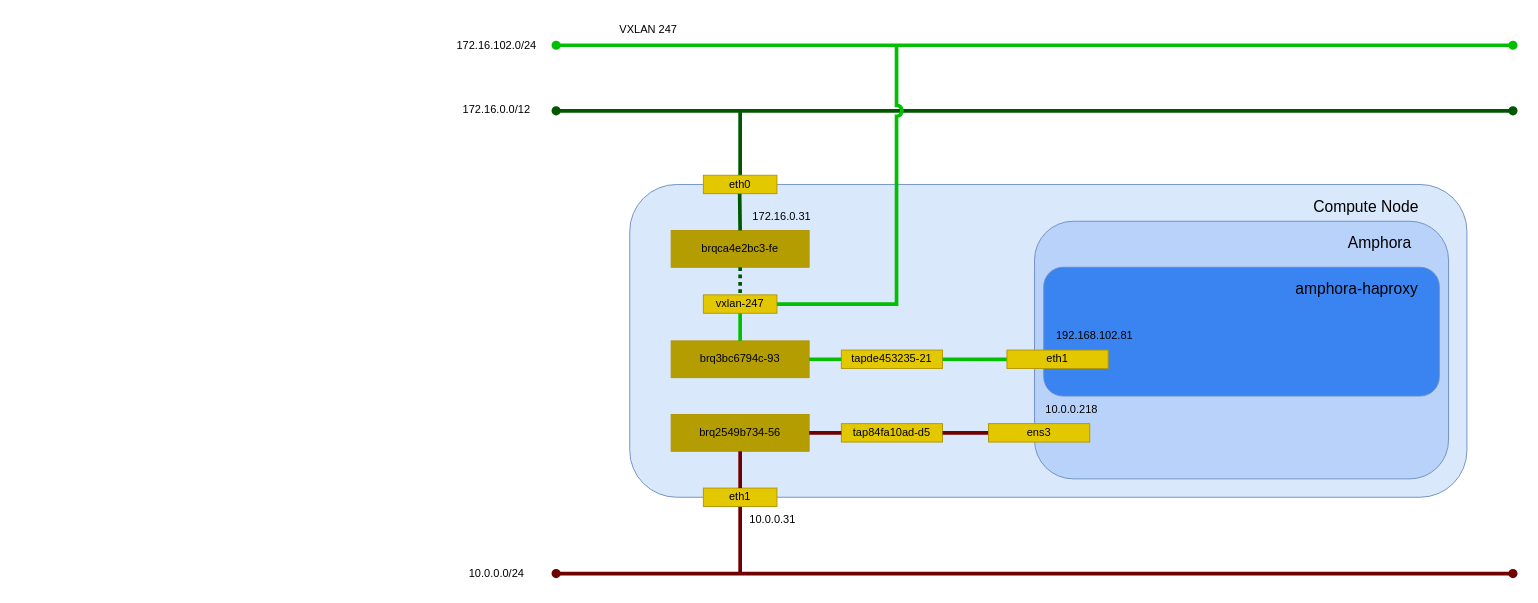
Before: _static/image/network_vxlan_lb_linuxbridge.drawio in 9506hqwy/openstack_study_notes, a draw.io diagram. Source tidied: cells renumbered, new cells numbered last; positions are measured from the earlier drawing's top-left corner, leaving out a move shared by most shapes. Both pictures are drawn from the tidied source at 92%, with x=0, y=0 at pixel (445, 16).
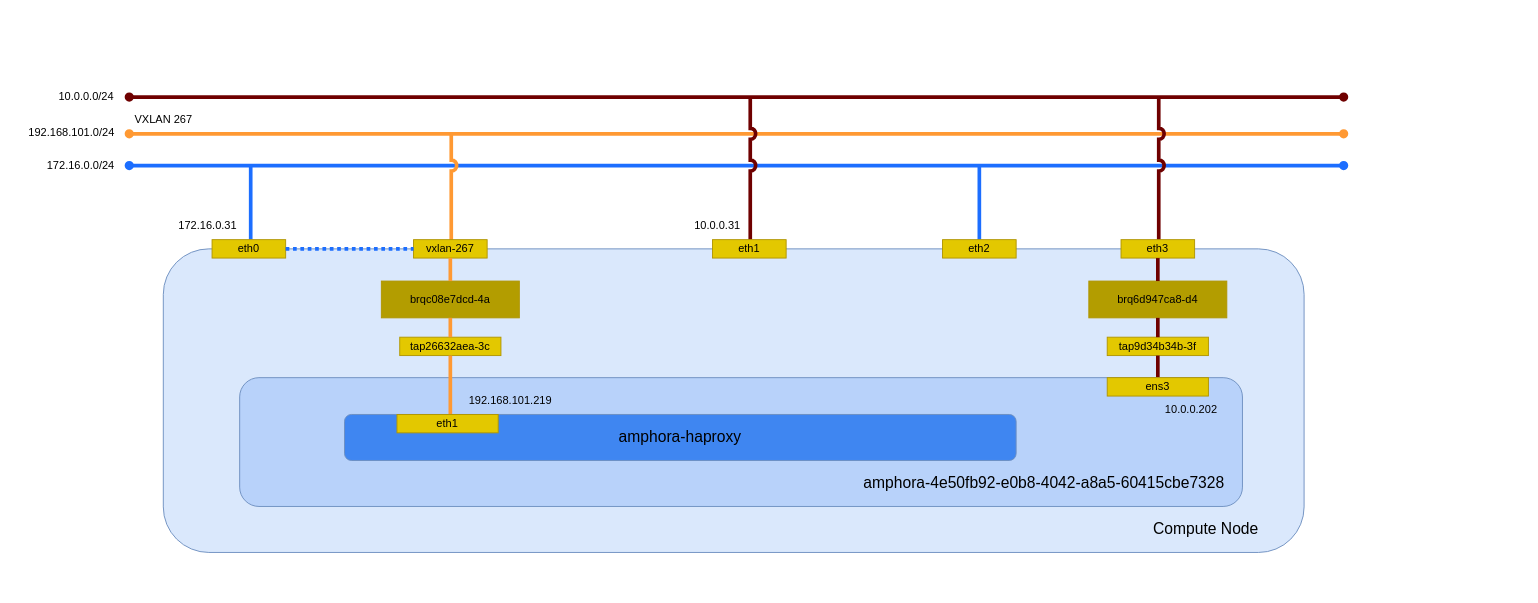
The same page after the edit.

Change to the diagram source:
```diff
@@
-    <mxCell id="2" style="endArrow=oval;html=1;rounded=0;startArrow=oval;startFill=1;endFill=1;strokeWidth=4;fillColor=#a20025;strokeColor=#6F0000;" parent="1" edge="1">
-      <mxGeometry relative="1" as="geometry">
-        <mxPoint x="120" y="606" as="sourcePoint" />
-        <mxPoint x="1160" y="606" as="targetPoint" />
-      </mxGeometry>
-    </mxCell>
-    <mxCell id="3" style="endArrow=oval;html=1;rounded=0;startArrow=oval;startFill=1;endFill=1;strokeWidth=4;fillColor=#008a00;strokeColor=#005700;" parent="1" edge="1">
-      <mxGeometry relative="1" as="geometry">
-        <mxPoint x="120" y="103" as="sourcePoint" />
-        <mxPoint x="1160" y="103" as="targetPoint" />
-      </mxGeometry>
-    </mxCell>
-    <mxCell id="4" value="172.16.0.0/12" style="text;html=1;align=center;verticalAlign=middle;strokeColor=none;fillColor=none;" parent="1" vertex="1">
-      <mxGeometry x="5" y="87" width="100" height="30" as="geometry" />
-    </mxCell>
+    <mxCell id="43" style="endArrow=oval;html=1;rounded=0;startArrow=oval;startFill=1;endFill=1;strokeWidth=4;fillColor=#a20025;strokeColor=#6F0000;" parent="1" edge="1">
+      <mxGeometry relative="1" as="geometry">
+        <mxPoint x="-344" y="88" as="sourcePoint" />
+        <mxPoint x="976" y="88" as="targetPoint" />
+      </mxGeometry>
+    </mxCell>
     <mxCell id="5" value="10.0.0.0/24" style="text;html=1;align=center;verticalAlign=middle;strokeColor=none;fillColor=none;" parent="1" vertex="1">
-      <mxGeometry x="15" y="591" width="80" height="30" as="geometry" />
+      <mxGeometry x="-431" y="73" width="80" height="30" as="geometry" />
     </mxCell>
-    <mxCell id="6" style="endArrow=none;html=1;rounded=0;startArrow=none;startFill=0;endFill=0;strokeWidth=4;fillColor=#008a00;strokeColor=#005700;exitX=0.5;exitY=1;exitDx=0;exitDy=0;" parent="1" edge="1">
-      <mxGeometry relative="1" as="geometry">
-        <mxPoint x="320" y="103" as="sourcePoint" />
-        <mxPoint x="320" y="183" as="targetPoint" />
-      </mxGeometry>
-    </mxCell>
-    <mxCell id="7" style="endArrow=none;html=1;rounded=0;startArrow=none;startFill=0;endFill=0;strokeWidth=4;fillColor=#a20025;strokeColor=#6F0000;exitX=0.5;exitY=1;exitDx=0;exitDy=0;" parent="1" edge="1">
-      <mxGeometry relative="1" as="geometry">
-        <mxPoint x="320" y="526" as="sourcePoint" />
-        <mxPoint x="320" y="606" as="targetPoint" />
-      </mxGeometry>
-    </mxCell>
-    <mxCell id="8" style="endArrow=oval;html=1;rounded=0;startArrow=oval;startFill=1;endFill=1;strokeWidth=4;fillColor=#008a00;strokeColor=#02BF02;" parent="1" edge="1">
-      <mxGeometry relative="1" as="geometry">
-        <mxPoint x="120" y="31.7" as="sourcePoint" />
-        <mxPoint x="1160" y="31.7" as="targetPoint" />
-      </mxGeometry>
-    </mxCell>
-    <mxCell id="9" value="172.16.102.0/24" style="text;html=1;align=center;verticalAlign=middle;strokeColor=none;fillColor=none;" parent="1" vertex="1">
-      <mxGeometry y="17" width="110" height="30" as="geometry" />
-    </mxCell>
-    <mxCell id="10" value="VXLAN 247" style="text;html=1;align=center;verticalAlign=middle;strokeColor=none;fillColor=none;" parent="1" vertex="1">
-      <mxGeometry x="180" width="80" height="30" as="geometry" />
-    </mxCell>
+    <mxCell id="44" style="endArrow=oval;html=1;rounded=0;startArrow=oval;startFill=1;endFill=1;strokeWidth=4;fillColor=#a20025;strokeColor=#1C6EFF;" parent="1" edge="1">
+      <mxGeometry relative="1" as="geometry">
+        <mxPoint x="-344" y="162.5" as="sourcePoint" />
+        <mxPoint x="976" y="162.5" as="targetPoint" />
+      </mxGeometry>
+    </mxCell>
+    <mxCell id="45" value="172.16.0.0/24" style="text;html=1;align=center;verticalAlign=middle;strokeColor=none;fillColor=none;" parent="1" vertex="1">
+      <mxGeometry x="-447" y="148" width="100" height="30" as="geometry" />
+    </mxCell>
+    <mxCell id="46" style="endArrow=none;html=1;rounded=0;startArrow=none;startFill=0;endFill=0;strokeWidth=4;fillColor=#a20025;strokeColor=#1C6EFF;jumpStyle=arc;" parent="1" edge="1">
+      <mxGeometry relative="1" as="geometry">
+        <mxPoint x="-212" y="163" as="sourcePoint" />
+        <mxPoint x="-212" y="243" as="targetPoint" />
+      </mxGeometry>
+    </mxCell>
+    <mxCell id="47" style="endArrow=none;html=1;rounded=0;startArrow=none;startFill=0;endFill=0;strokeWidth=4;fillColor=#a20025;strokeColor=#1C6EFF;jumpStyle=arc;" parent="1" edge="1">
+      <mxGeometry relative="1" as="geometry">
+        <mxPoint x="580" y="163" as="sourcePoint" />
+        <mxPoint x="580" y="243" as="targetPoint" />
+      </mxGeometry>
+    </mxCell>
+    <mxCell id="48" style="endArrow=oval;html=1;rounded=0;startArrow=oval;startFill=1;endFill=1;strokeWidth=4;fillColor=#a20025;strokeColor=#FF9933;" parent="1" edge="1">
+      <mxGeometry relative="1" as="geometry">
+        <mxPoint x="-344" y="128" as="sourcePoint" />
+        <mxPoint x="976" y="128" as="targetPoint" />
+      </mxGeometry>
+    </mxCell>
+    <mxCell id="49" value="192.168.101.0/24" style="text;html=1;align=center;verticalAlign=middle;strokeColor=none;fillColor=none;" parent="1" vertex="1">
+      <mxGeometry x="-467" y="112" width="120" height="30" as="geometry" />
+    </mxCell>
+    <mxCell id="50" style="endArrow=none;html=1;rounded=0;startArrow=none;startFill=0;endFill=0;strokeWidth=4;fillColor=#a20025;strokeColor=#FF9933;jumpStyle=arc;" parent="1" edge="1">
+      <mxGeometry relative="1" as="geometry">
+        <mxPoint x="6" y="126" as="sourcePoint" />
+        <mxPoint x="6" y="256" as="targetPoint" />
+      </mxGeometry>
+    </mxCell>
+    <mxCell id="51" value="VXLAN 267" style="text;html=1;align=center;verticalAlign=middle;strokeColor=none;fillColor=none;" parent="1" vertex="1">
+      <mxGeometry x="-347" y="98" width="80" height="30" as="geometry" />
+    </mxCell>
+    <mxCell id="52" style="endArrow=none;html=1;rounded=0;startArrow=none;startFill=0;endFill=0;strokeWidth=4;fillColor=#a20025;strokeColor=#6F0000;jumpStyle=arc;" parent="1" edge="1">
+      <mxGeometry relative="1" as="geometry">
+        <mxPoint x="775" y="89" as="sourcePoint" />
+        <mxPoint x="775" y="243" as="targetPoint" />
+      </mxGeometry>
+    </mxCell>
+    <mxCell id="53" style="endArrow=none;html=1;rounded=0;startArrow=none;startFill=0;endFill=0;strokeWidth=4;fillColor=#a20025;strokeColor=#6F0000;jumpStyle=arc;" parent="1" edge="1">
+      <mxGeometry relative="1" as="geometry">
+        <mxPoint x="331" y="87" as="sourcePoint" />
+        <mxPoint x="331" y="243" as="targetPoint" />
+      </mxGeometry>
+    </mxCell>
@@
-    <mxCell id="12" style="rounded=1;whiteSpace=wrap;html=1;fillColor=#dae8fc;strokeColor=#6c8ebf;align=center;horizontal=1;" parent="11" vertex="1">
-      <mxGeometry x="200" y="183" width="910" height="340" as="geometry" />
-    </mxCell>
-    <mxCell id="13" value="eth1" style="rounded=0;whiteSpace=wrap;html=1;fillColor=#e3c800;fontColor=#000000;strokeColor=#B09500;" parent="11" vertex="1">
-      <mxGeometry x="280" y="513" width="80" height="20" as="geometry" />
-    </mxCell>
-    <mxCell id="14" value="vxlan-247" style="rounded=0;whiteSpace=wrap;html=1;fillColor=#e3c800;fontColor=#000000;strokeColor=#B09500;" parent="11" vertex="1">
-      <mxGeometry x="280" y="303" width="80" height="20" as="geometry" />
-    </mxCell>
+    <mxCell id="54" style="rounded=1;whiteSpace=wrap;html=1;fillColor=#dae8fc;strokeColor=#6c8ebf;" parent="11" vertex="1">
+      <mxGeometry x="-307" y="253" width="1240" height="330" as="geometry" />
+    </mxCell>
+    <mxCell id="55" value="eth1" style="rounded=0;whiteSpace=wrap;html=1;fillColor=#e3c800;fontColor=#000000;strokeColor=#B09500;" parent="11" vertex="1">
+      <mxGeometry x="290" y="243" width="80" height="20" as="geometry" />
+    </mxCell>
+    <mxCell id="21" value="eth0" style="rounded=0;whiteSpace=wrap;html=1;fillColor=#e3c800;fontColor=#000000;strokeColor=#B09500;" parent="11" vertex="1">
+      <mxGeometry x="-254" y="243" width="80" height="20" as="geometry" />
+    </mxCell>
+    <mxCell id="26" value="172.16.0.31" style="text;html=1;align=center;verticalAlign=middle;strokeColor=none;fillColor=none;" parent="11" vertex="1">
+      <mxGeometry x="-304" y="213" width="90" height="30" as="geometry" />
+    </mxCell>
+    <mxCell id="56" value="vxlan-267" style="rounded=0;whiteSpace=wrap;html=1;fillColor=#e3c800;fontColor=#000000;strokeColor=#B09500;" parent="11" vertex="1">
+      <mxGeometry x="-35" y="243" width="80" height="20" as="geometry" />
+    </mxCell>
+    <mxCell id="57" value="&lt;div&gt;eth3&lt;/div&gt;" style="rounded=0;whiteSpace=wrap;html=1;fillColor=#e3c800;fontColor=#000000;strokeColor=#B09500;" parent="11" vertex="1">
+      <mxGeometry x="734" y="243" width="80" height="20" as="geometry" />
+    </mxCell>
     <mxCell id="15" value="10.0.0.31" style="text;html=1;align=center;verticalAlign=middle;strokeColor=none;fillColor=none;" parent="11" vertex="1">
-      <mxGeometry x="320" y="533" width="70" height="30" as="geometry" />
+      <mxGeometry x="260" y="213" width="70" height="30" as="geometry" />
     </mxCell>
     <mxCell id="16" value="&lt;font style=&quot;font-size: 17px;&quot;&gt;Compute Node&lt;/font&gt;" style="text;html=1;align=center;verticalAlign=middle;strokeColor=none;fillColor=none;" parent="11" vertex="1">
-      <mxGeometry x="930" y="193" width="140" height="30" as="geometry" />
+      <mxGeometry x="756" y="543" width="140" height="30" as="geometry" />
     </mxCell>
-    <mxCell id="17" value="brq3bc6794c-93" style="rounded=0;whiteSpace=wrap;html=1;fillColor=#B39D00;fontColor=#000000;strokeColor=#B09500;" parent="11" vertex="1">
-      <mxGeometry x="245" y="353" width="150" height="40" as="geometry" />
-    </mxCell>
-    <mxCell id="18" style="endArrow=none;html=1;rounded=0;startArrow=none;startFill=0;endFill=0;strokeWidth=4;fillColor=#008a00;strokeColor=#02BF02;entryX=0.5;entryY=0;entryDx=0;entryDy=0;" parent="11" edge="1" target="17">
-      <mxGeometry relative="1" as="geometry">
-        <mxPoint x="320" y="323" as="sourcePoint" />
-      </mxGeometry>
-    </mxCell>
-    <mxCell id="19" value="tapde453235-21" style="rounded=0;whiteSpace=wrap;html=1;fillColor=#e3c800;fontColor=#000000;strokeColor=#B09500;" parent="11" vertex="1">
-      <mxGeometry x="430" y="363" width="110" height="20" as="geometry" />
-    </mxCell>
-    <mxCell id="20" style="endArrow=none;html=1;rounded=0;startArrow=none;startFill=0;endFill=0;strokeWidth=4;fillColor=#008a00;strokeColor=#02BF02;exitX=1;exitY=0.5;exitDx=0;exitDy=0;entryX=0;entryY=0.5;entryDx=0;entryDy=0;" parent="11" edge="1" source="17" target="19">
-      <mxGeometry relative="1" as="geometry" />
-    </mxCell>
-    <mxCell id="21" value="eth0" style="rounded=0;whiteSpace=wrap;html=1;fillColor=#e3c800;fontColor=#000000;strokeColor=#B09500;" parent="11" vertex="1">
-      <mxGeometry x="280" y="173" width="80" height="20" as="geometry" />
-    </mxCell>
-    <mxCell id="22" value="brqca4e2bc3-fe" style="rounded=0;whiteSpace=wrap;html=1;fillColor=#B39D00;fontColor=#000000;strokeColor=#B09500;" parent="11" vertex="1">
-      <mxGeometry x="245" y="233" width="150" height="40" as="geometry" />
-    </mxCell>
-    <mxCell id="23" style="endArrow=none;html=1;rounded=0;startArrow=none;startFill=0;endFill=0;strokeWidth=4;fillColor=#008a00;strokeColor=#005700;" parent="11" edge="1">
-      <mxGeometry relative="1" as="geometry">
-        <mxPoint x="319.5" y="193" as="sourcePoint" />
-        <mxPoint x="320" y="233" as="targetPoint" />
-      </mxGeometry>
-    </mxCell>
-    <mxCell id="24" style="endArrow=none;html=1;rounded=0;startArrow=none;startFill=0;endFill=0;strokeWidth=4;fillColor=#008a00;strokeColor=#005700;entryX=0.5;entryY=0;entryDx=0;entryDy=0;exitX=0.5;exitY=1;exitDx=0;exitDy=0;dashed=1;dashPattern=1 1;" parent="11" edge="1" source="22" target="14">
-      <mxGeometry relative="1" as="geometry" />
-    </mxCell>
-    <mxCell id="25" style="endArrow=none;html=1;rounded=0;startArrow=none;startFill=0;endFill=0;strokeWidth=4;fillColor=#008a00;strokeColor=#02BF02;exitX=1;exitY=0.5;exitDx=0;exitDy=0;jumpStyle=arc;" parent="11" edge="1" source="14">
-      <mxGeometry relative="1" as="geometry">
-        <mxPoint x="490" y="33" as="targetPoint" />
-        <Array as="points">
-          <mxPoint x="490" y="313" />
-        </Array>
-      </mxGeometry>
-    </mxCell>
-    <mxCell id="26" value="172.16.0.31" style="text;html=1;align=center;verticalAlign=middle;strokeColor=none;fillColor=none;" parent="11" vertex="1">
-      <mxGeometry x="320" y="203" width="90" height="30" as="geometry" />
-    </mxCell>
-    <mxCell id="27" style="endArrow=none;html=1;rounded=0;startArrow=none;startFill=0;endFill=0;strokeWidth=4;fillColor=#008a00;strokeColor=#02BF02;exitX=1;exitY=0.5;exitDx=0;exitDy=0;entryX=0.451;entryY=0.559;entryDx=0;entryDy=0;entryPerimeter=0;" parent="11" edge="1" target="12">
-      <mxGeometry relative="1" as="geometry">
-        <mxPoint x="540" y="373" as="sourcePoint" />
-      </mxGeometry>
-    </mxCell>
-    <mxCell id="28" value="brq2549b734-56" style="rounded=0;whiteSpace=wrap;html=1;fillColor=#B39D00;fontColor=#000000;strokeColor=#B09500;" parent="11" vertex="1">
-      <mxGeometry x="245" y="433" width="150" height="40" as="geometry" />
-    </mxCell>
-    <mxCell id="29" style="endArrow=none;html=1;rounded=0;startArrow=none;startFill=0;endFill=0;strokeWidth=4;fillColor=#a20025;strokeColor=#6F0000;exitX=0.5;exitY=1;exitDx=0;exitDy=0;entryX=0.5;entryY=0;entryDx=0;entryDy=0;" parent="11" edge="1" source="28" target="13">
-      <mxGeometry relative="1" as="geometry" />
-    </mxCell>
-    <mxCell id="30" value="tap84fa10ad-d5" style="rounded=0;whiteSpace=wrap;html=1;fillColor=#e3c800;fontColor=#000000;strokeColor=#B09500;" parent="11" vertex="1">
-      <mxGeometry x="430" y="443" width="110" height="20" as="geometry" />
-    </mxCell>
-    <mxCell id="31" style="endArrow=none;html=1;rounded=0;startArrow=none;startFill=0;endFill=0;strokeWidth=4;fillColor=#a20025;strokeColor=#6F0000;exitX=1;exitY=0.5;exitDx=0;exitDy=0;entryX=0;entryY=0.5;entryDx=0;entryDy=0;" parent="11" edge="1" source="28" target="30">
-      <mxGeometry relative="1" as="geometry" />
-    </mxCell>
-    <mxCell id="32" style="endArrow=none;html=1;rounded=0;startArrow=none;startFill=0;endFill=0;strokeWidth=4;fillColor=#a20025;strokeColor=#6F0000;exitX=1;exitY=0.5;exitDx=0;exitDy=0;" parent="11" edge="1" source="30">
-      <mxGeometry relative="1" as="geometry">
-        <mxPoint x="590" y="453" as="targetPoint" />
-      </mxGeometry>
-    </mxCell>
+    <mxCell id="58" value="brqc08e7dcd-4a" style="rounded=0;whiteSpace=wrap;html=1;fillColor=#B39D00;fontColor=#000000;strokeColor=#B09500;" parent="11" vertex="1">
+      <mxGeometry x="-70" y="288" width="150" height="40" as="geometry" />
+    </mxCell>
+    <mxCell id="59" value="tap26632aea-3c" style="rounded=0;whiteSpace=wrap;html=1;fillColor=#e3c800;fontColor=#000000;strokeColor=#B09500;" parent="11" vertex="1">
+      <mxGeometry x="-50" y="349" width="110" height="20" as="geometry" />
+    </mxCell>
+    <mxCell id="60" style="endArrow=none;html=1;rounded=0;startArrow=none;startFill=0;endFill=0;strokeWidth=4;fillColor=#a20025;strokeColor=#FF9933;jumpStyle=arc;entryX=0.5;entryY=0;entryDx=0;entryDy=0;exitX=0.5;exitY=1;exitDx=0;exitDy=0;" parent="11" edge="1" source="56" target="58">
+      <mxGeometry relative="1" as="geometry" />
+    </mxCell>
+    <mxCell id="61" style="endArrow=none;html=1;rounded=0;startArrow=none;startFill=0;endFill=0;strokeWidth=4;fillColor=#a20025;strokeColor=#FF9933;jumpStyle=arc;entryX=0.5;entryY=0;entryDx=0;entryDy=0;exitX=0.5;exitY=1;exitDx=0;exitDy=0;" parent="11" edge="1" source="58" target="59">
+      <mxGeometry relative="1" as="geometry" />
+    </mxCell>
+    <mxCell id="62" value="eth2" style="rounded=0;whiteSpace=wrap;html=1;fillColor=#e3c800;fontColor=#000000;strokeColor=#B09500;" parent="11" vertex="1">
+      <mxGeometry x="540" y="243" width="80" height="20" as="geometry" />
+    </mxCell>
+    <mxCell id="63" style="endArrow=none;html=1;rounded=0;startArrow=none;startFill=0;endFill=0;strokeWidth=4;fillColor=#a20025;strokeColor=#1C6EFF;jumpStyle=arc;exitX=1;exitY=0.5;exitDx=0;exitDy=0;entryX=0;entryY=0.5;entryDx=0;entryDy=0;dashed=1;dashPattern=1 1;" parent="11" edge="1" source="21" target="56">
+      <mxGeometry relative="1" as="geometry" />
+    </mxCell>
+    <mxCell id="64" value="brq6d947ca8-d4" style="rounded=0;whiteSpace=wrap;html=1;fillColor=#B39D00;fontColor=#000000;strokeColor=#B09500;" parent="11" vertex="1">
+      <mxGeometry x="699" y="288" width="150" height="40" as="geometry" />
+    </mxCell>
+    <mxCell id="65" value="tap9d34b34b-3f" style="rounded=0;whiteSpace=wrap;html=1;fillColor=#e3c800;fontColor=#000000;strokeColor=#B09500;" parent="11" vertex="1">
+      <mxGeometry x="719" y="349" width="110" height="20" as="geometry" />
+    </mxCell>
+    <mxCell id="66" style="endArrow=none;html=1;rounded=0;startArrow=none;startFill=0;endFill=0;strokeWidth=4;fillColor=#a20025;strokeColor=#6F0000;jumpStyle=arc;entryX=0.5;entryY=0;entryDx=0;entryDy=0;exitX=0.5;exitY=1;exitDx=0;exitDy=0;" parent="11" edge="1" source="57" target="64">
+      <mxGeometry relative="1" as="geometry" />
+    </mxCell>
+    <mxCell id="67" style="endArrow=none;html=1;rounded=0;startArrow=none;startFill=0;endFill=0;strokeWidth=4;fillColor=#a20025;strokeColor=#6F0000;jumpStyle=arc;entryX=0.5;entryY=0;entryDx=0;entryDy=0;exitX=0.5;exitY=1;exitDx=0;exitDy=0;" parent="11" edge="1" source="64" target="65">
+      <mxGeometry relative="1" as="geometry" />
+    </mxCell>
+    <mxCell id="68" style="endArrow=none;html=1;rounded=0;startArrow=none;startFill=0;endFill=0;strokeWidth=4;fillColor=#a20025;strokeColor=#6F0000;jumpStyle=arc;exitX=0.5;exitY=1;exitDx=0;exitDy=0;" parent="11" edge="1" source="65">
+      <mxGeometry relative="1" as="geometry">
+        <mxPoint x="774" y="403" as="targetPoint" />
+      </mxGeometry>
+    </mxCell>
@@
-    <mxCell id="34" style="rounded=1;whiteSpace=wrap;html=1;fillColor=#b8d2fa;strokeColor=#6c8ebf;align=center;horizontal=1;" parent="33" vertex="1">
-      <mxGeometry x="640" y="223" width="450" height="280" as="geometry" />
-    </mxCell>
+    <mxCell id="69" style="rounded=1;whiteSpace=wrap;html=1;fillColor=#b8d2fa;strokeColor=#6c8ebf;align=center;horizontal=1;" parent="33" vertex="1">
+      <mxGeometry x="-224" y="393" width="1090" height="140" as="geometry" />
+    </mxCell>
+    <mxCell id="70" value="10.0.0.202" style="text;html=1;align=center;verticalAlign=middle;strokeColor=none;fillColor=none;" parent="33" vertex="1">
+      <mxGeometry x="770" y="413" width="80" height="30" as="geometry" />
+    </mxCell>
     <mxCell id="35" value="ens3" style="rounded=0;whiteSpace=wrap;html=1;fillColor=#e3c800;fontColor=#000000;strokeColor=#B09500;" parent="33" vertex="1">
-      <mxGeometry x="590" y="443" width="110" height="20" as="geometry" />
+      <mxGeometry x="719" y="393" width="110" height="20" as="geometry" />
     </mxCell>
-    <mxCell id="36" value="&lt;font style=&quot;font-size: 17px;&quot;&gt;Amphora&lt;/font&gt;" style="text;html=1;align=center;verticalAlign=middle;strokeColor=none;fillColor=none;" parent="33" vertex="1">
-      <mxGeometry x="970" y="233" width="90" height="30" as="geometry" />
-    </mxCell>
-    <mxCell id="37" value="10.0.0.218" style="text;html=1;align=center;verticalAlign=middle;strokeColor=none;fillColor=none;" parent="33" vertex="1">
-      <mxGeometry x="640" y="413" width="80" height="30" as="geometry" />
-    </mxCell>
-    <mxCell id="38" parent="0" />
-    <mxCell id="39" style="rounded=1;whiteSpace=wrap;html=1;fillColor=#3a84f1;strokeColor=#6c8ebf;align=center;horizontal=1;" parent="38" vertex="1">
-      <mxGeometry x="650" y="273" width="430" height="140" as="geometry" />
-    </mxCell>
-    <mxCell id="40" value="eth1" style="rounded=0;whiteSpace=wrap;html=1;fillColor=#e3c800;fontColor=#000000;strokeColor=#B09500;" parent="38" vertex="1">
-      <mxGeometry x="610" y="363" width="110" height="20" as="geometry" />
-    </mxCell>
-    <mxCell id="41" value="192.168.102.81" style="text;html=1;align=center;verticalAlign=middle;strokeColor=none;fillColor=none;" parent="38" vertex="1">
-      <mxGeometry x="650" y="333" width="110" height="30" as="geometry" />
-    </mxCell>
+    <mxCell id="71" style="endArrow=none;html=1;rounded=0;startArrow=none;startFill=0;endFill=0;strokeWidth=4;fillColor=#a20025;strokeColor=#FF9933;jumpStyle=arc;exitX=0.5;exitY=1;exitDx=0;exitDy=0;entryX=0.252;entryY=0.576;entryDx=0;entryDy=0;entryPerimeter=0;" parent="33" edge="1">
+      <mxGeometry relative="1" as="geometry">
+        <mxPoint x="5" y="369" as="sourcePoint" />
+        <mxPoint x="5" y="443" as="targetPoint" />
+      </mxGeometry>
+    </mxCell>
+    <mxCell id="72" parent="0" />
-    <mxCell id="42" value="&lt;pre style=&quot;font-size: 17px;&quot;&gt;&lt;font style=&quot;font-size: 17px;&quot; face=&quot;Helvetica&quot;&gt;&lt;span class=&quot;w&quot;&gt;&lt;/span&gt;amphora-haproxy&lt;/font&gt;&lt;/pre&gt;" style="text;html=1;align=center;verticalAlign=middle;strokeColor=none;fillColor=none;" parent="38" vertex="1">
-      <mxGeometry x="910" y="263" width="160" height="70" as="geometry" />
+    <mxCell id="42" value="&lt;font style=&quot;font-size: 17px;&quot;&gt;amphora-haproxy&lt;/font&gt;" style="rounded=1;whiteSpace=wrap;html=1;fillColor=#3f86f1;strokeColor=#6c8ebf;align=center;horizontal=1;" parent="72" vertex="1">
+      <mxGeometry x="-110" y="433" width="730" height="50" as="geometry" />
     </mxCell>
+    <mxCell id="73" value="&lt;font style=&quot;font-size: 17px;&quot;&gt;amphora-4e50fb92-e0b8-4042-a8a5-60415cbe7328&lt;/font&gt;" style="text;html=1;align=center;verticalAlign=middle;strokeColor=none;fillColor=none;" parent="72" vertex="1">
+      <mxGeometry x="440" y="493" width="420" height="30" as="geometry" />
+    </mxCell>
+    <mxCell id="74" value="eth1" style="rounded=0;whiteSpace=wrap;html=1;fillColor=#e3c800;fontColor=#000000;strokeColor=#B09500;" parent="72" vertex="1">
+      <mxGeometry x="-53" y="433" width="110" height="20" as="geometry" />
+    </mxCell>
+    <mxCell id="75" value="192.168.101.219" style="text;html=1;align=center;verticalAlign=middle;strokeColor=none;fillColor=none;" parent="72" vertex="1">
+      <mxGeometry x="10" y="403" width="120" height="30" as="geometry" />
+    </mxCell>
```
